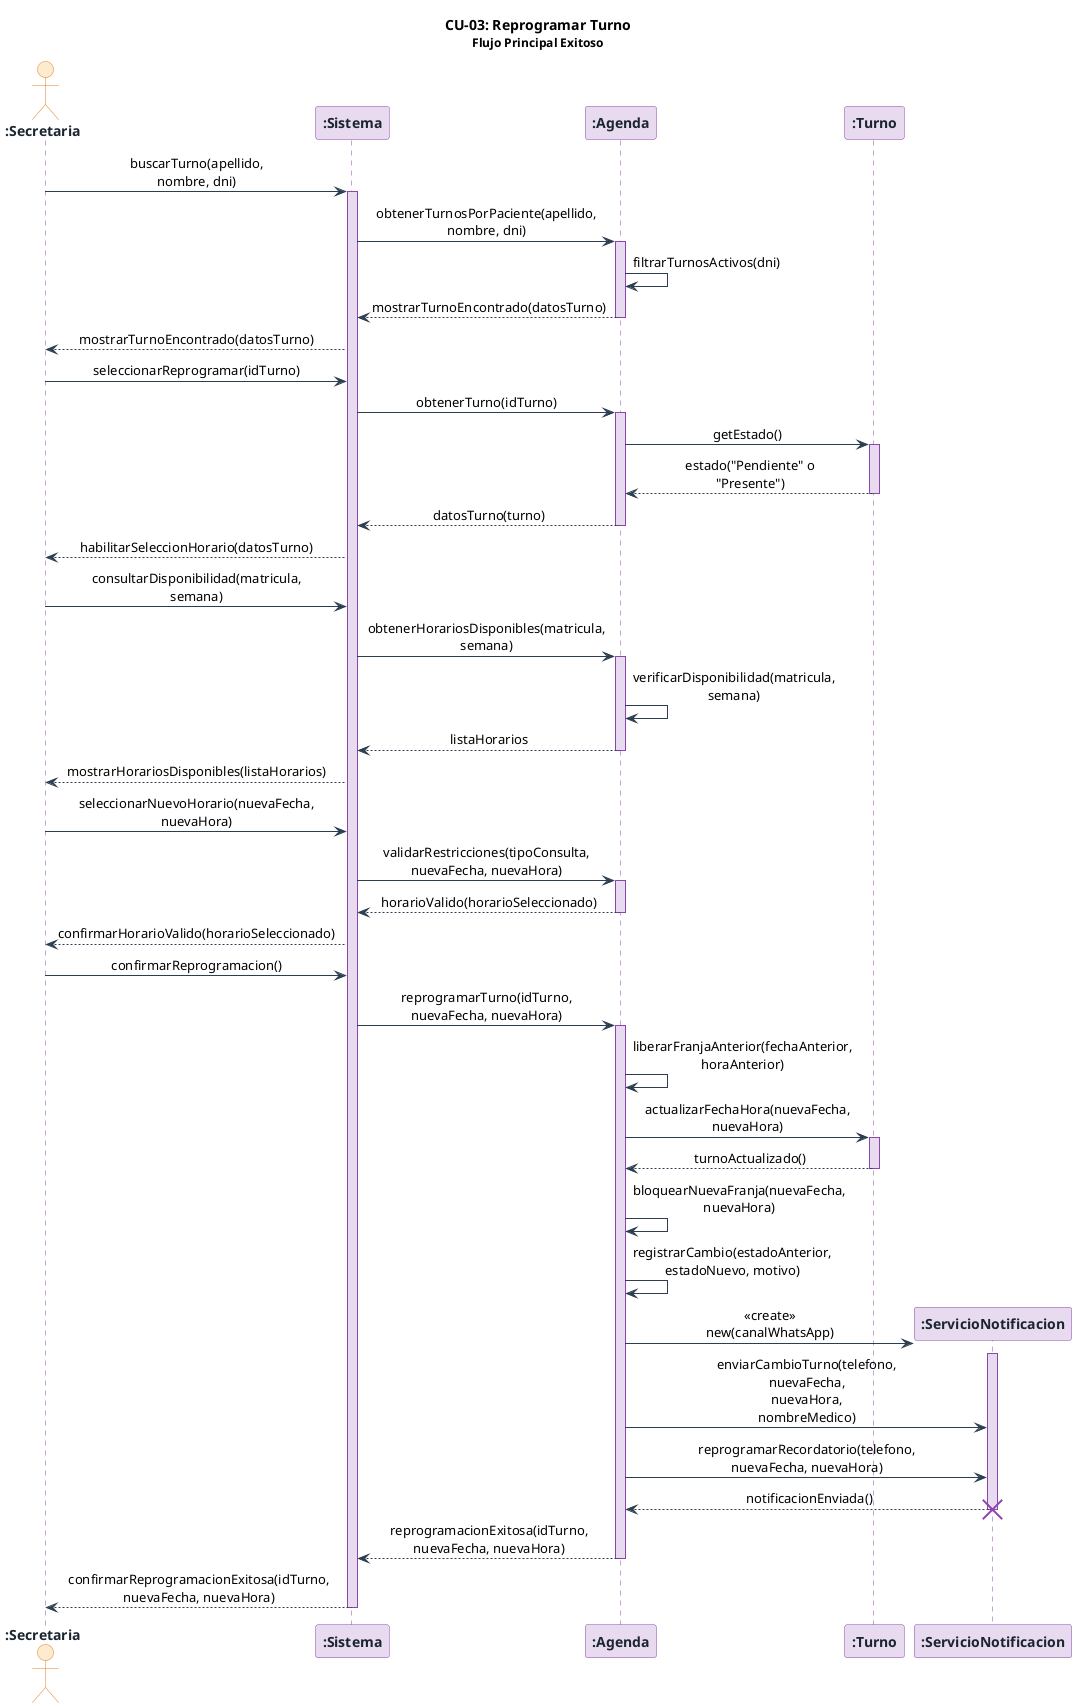
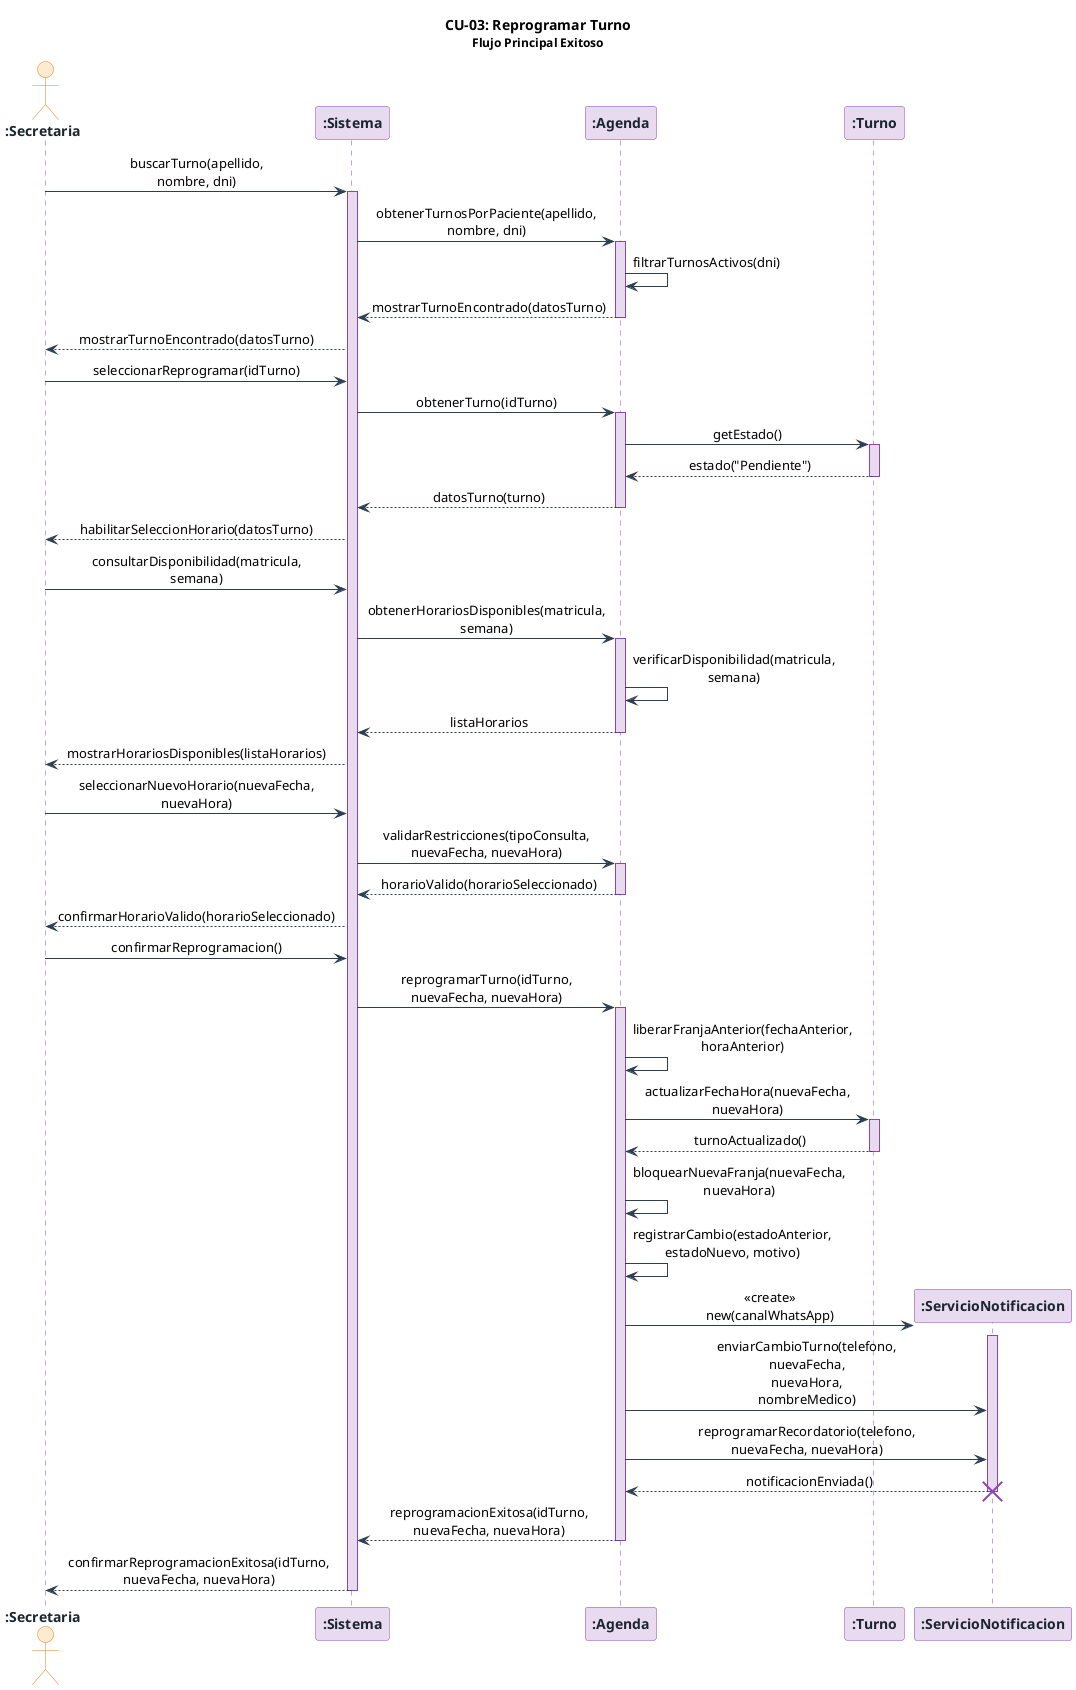
@startuml 05-cu03-reprogramar-turno

skinparam sequenceMessageAlign center
skinparam responseMessageBelowArrow true
skinparam maxMessageSize 160
skinparam sequence {
    ArrowColor          #2C3E50
    LifeLineBorderColor #8E44AD
    LifeLineBackgroundColor #E8DAEF
    BoxBackgroundColor  #FDFEFE
    BoxBorderColor      #2C3E50
}
skinparam participant {
    BackgroundColor #E8DAEF
    BorderColor     #8E44AD
    FontColor       #1A252F
    FontStyle       bold
}
skinparam actor {
    BackgroundColor #FDEBD0
    BorderColor     #E67E22
    FontColor       #1A252F
    FontStyle       bold
}

title **CU-03: Reprogramar Turno**\n<size:12>Flujo Principal Exitoso</size>

actor       ":Secretaria"               as secretaria
participant ":Sistema"                  as sistema
participant ":Agenda"                   as agenda
participant ":Turno"                    as turno
participant ":ServicioNotificacion"     as svcNotificacion

' ── 1. La secretaria busca el turno del paciente (paso 2) ──────────────────
secretaria  ->  sistema             : buscarTurno(apellido, nombre, dni)
activate sistema
sistema     ->  agenda              : obtenerTurnosPorPaciente(apellido, nombre, dni)
activate agenda
agenda      ->  agenda              : filtrarTurnosActivos(dni)
agenda      -->  sistema            : mostrarTurnoEncontrado(datosTurno)
deactivate agenda
sistema     -->  secretaria         : mostrarTurnoEncontrado(datosTurno)

' ── 2. La secretaria selecciona el turno y elige "Reprogramar" (pasos 3-4) ─
secretaria  ->  sistema             : seleccionarReprogramar(idTurno)
sistema     ->  agenda              : obtenerTurno(idTurno)
activate agenda
agenda      ->  turno               : getEstado()
activate turno
- turno       -->  agenda             : estado("Pendiente" o "Presente")
+ turno       -->  agenda             : estado("Pendiente")
deactivate turno
agenda      -->  sistema            : datosTurno(turno)
deactivate agenda
sistema     -->  secretaria         : habilitarSeleccionHorario(datosTurno)

' ── 3. El sistema presenta el calendario con horarios disponibles (paso 5) ─
secretaria  ->  sistema             : consultarDisponibilidad(matricula, semana)
sistema     ->  agenda              : obtenerHorariosDisponibles(matricula, semana)
activate agenda
agenda      ->  agenda              : verificarDisponibilidad(matricula, semana)
agenda      -->  sistema            : listaHorarios
deactivate agenda
sistema     -->  secretaria         : mostrarHorariosDisponibles(listaHorarios)

' ── 4. La secretaria selecciona el nuevo día y horario (paso 6) ────────────
secretaria  ->  sistema             : seleccionarNuevoHorario(nuevaFecha, nuevaHora)
sistema     ->  agenda              : validarRestricciones(tipoConsulta, nuevaFecha, nuevaHora)
activate agenda
agenda      -->  sistema            : horarioValido(horarioSeleccionado)
deactivate agenda
sistema     -->  secretaria         : confirmarHorarioValido(horarioSeleccionado)

' ── 5. La secretaria confirma la reprogramación (paso 7) ───────────────────
secretaria  ->  sistema             : confirmarReprogramacion()
sistema     ->  agenda              : reprogramarTurno(idTurno, nuevaFecha, nuevaHora)
activate agenda

' ── 6. El sistema libera la franja anterior (paso 8) ───────────────────────
agenda      ->  agenda              : liberarFranjaAnterior(fechaAnterior, horaAnterior)

' ── 7. El sistema actualiza el turno y bloquea la nueva franja (paso 9) ────
agenda      ->  turno               : actualizarFechaHora(nuevaFecha, nuevaHora)
activate turno
turno       -->  agenda             : turnoActualizado()
deactivate turno
agenda      ->  agenda              : bloquearNuevaFranja(nuevaFecha, nuevaHora)

' ── 8. Registro obligatorio del historial de cambio (paso 9 - RNF4) ────────
agenda      ->  agenda              : registrarCambio(estadoAnterior,\nestadoNuevo, motivo)

' ── 9. El sistema notifica al paciente por WhatsApp (paso 10 - RF7) ─────────
create svcNotificacion
agenda      ->  svcNotificacion     : <<create>>\nnew(canalWhatsApp)
activate svcNotificacion
agenda      ->  svcNotificacion     : enviarCambioTurno(telefono, nuevaFecha,\nnuevaHora, nombreMedico)
agenda      ->  svcNotificacion     : reprogramarRecordatorio(telefono,\nnuevaFecha, nuevaHora)
svcNotificacion -->  agenda         : notificacionEnviada()
destroy svcNotificacion
deactivate svcNotificacion

agenda      -->  sistema            : reprogramacionExitosa(idTurno,\nnuevaFecha, nuevaHora)
deactivate agenda

' ── 10. El sistema confirma la reprogramación exitosa en pantalla (paso 11) ─
sistema     -->  secretaria         : confirmarReprogramacionExitosa(idTurno,\nnuevaFecha, nuevaHora)
deactivate sistema

@enduml
